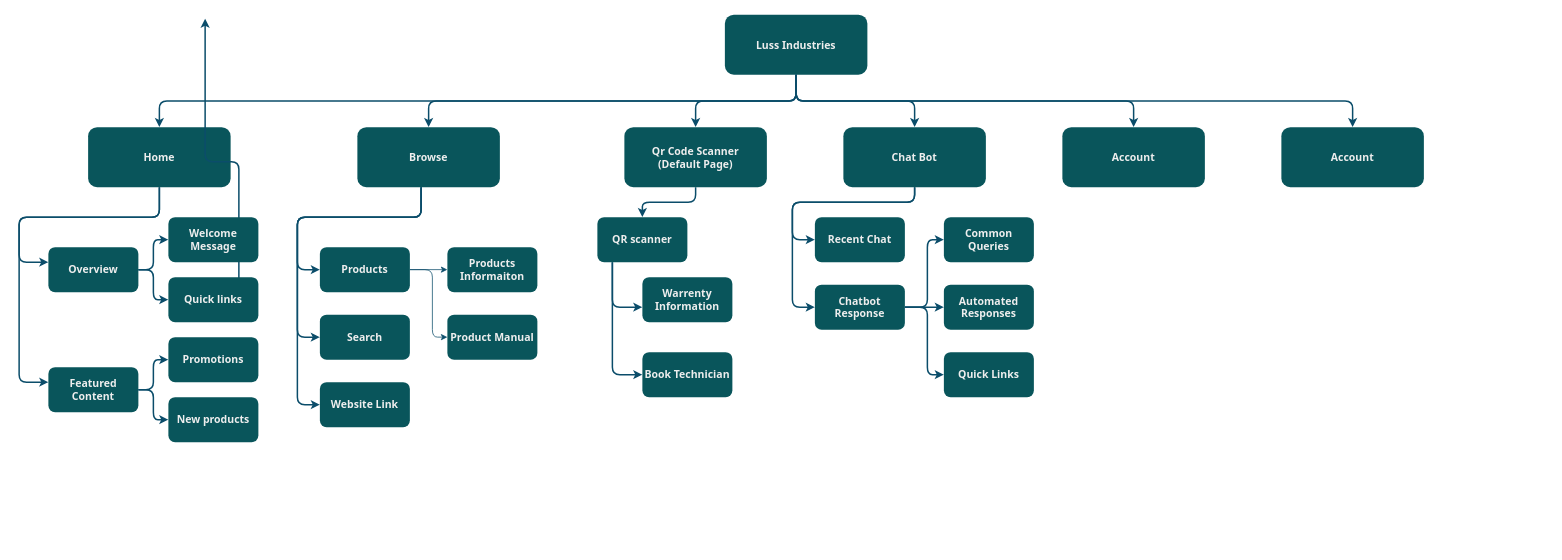
Above: Untitled Diagram.drawio in alishgosai/draw-io (draw.io), before the change. Source tidied: cells renumbered, new cells numbered last; positions are measured from the earlier drawing's top-left corner, leaving out a move shared by most shapes. Both pictures are drawn from the tidied source at 75%, with x=0, y=0 at pixel (19, 14).
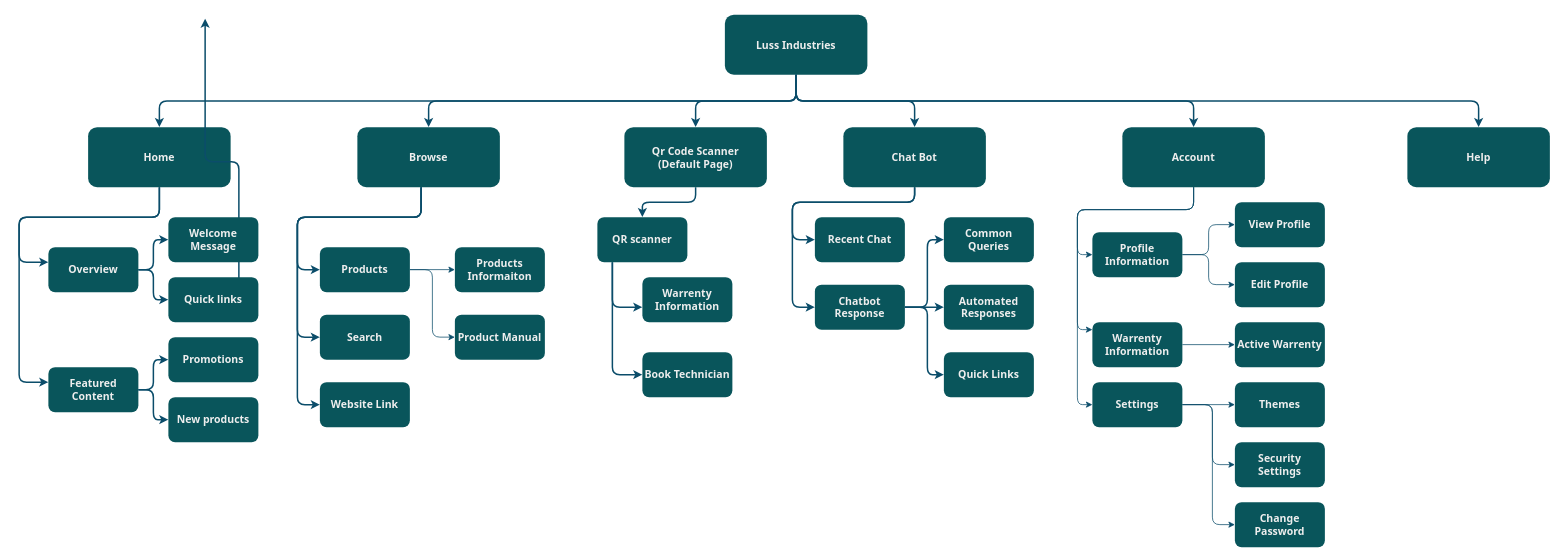
The same diagram, later.

Change to the diagram source:
```diff
@@
+    <mxCell id="54" style="edgeStyle=orthogonalEdgeStyle;rounded=1;jettySize=auto;html=1;strokeColor=#0B4D6A;" parent="1" edge="1" source="3" target="59">
+      <mxGeometry relative="1" as="geometry">
+        <Array as="points">
+          <mxPoint x="1566" y="260" />
+          <mxPoint x="1411" y="260" />
+          <mxPoint x="1411" y="320" />
+        </Array>
+      </mxGeometry>
+    </mxCell>
+    <mxCell id="55" style="edgeStyle=orthogonalEdgeStyle;rounded=1;jettySize=auto;html=1;strokeColor=#0B4D6A;" parent="1" edge="1" source="3" target="61">
+      <mxGeometry relative="1" as="geometry">
+        <Array as="points">
+          <mxPoint x="1566" y="260" />
+          <mxPoint x="1411" y="260" />
+          <mxPoint x="1411" y="420" />
+        </Array>
+      </mxGeometry>
+    </mxCell>
+    <mxCell id="56" style="edgeStyle=orthogonalEdgeStyle;rounded=1;jettySize=auto;html=1;strokeColor=#0B4D6A;" parent="1" edge="1" source="3" target="65">
+      <mxGeometry relative="1" as="geometry">
+        <Array as="points">
+          <mxPoint x="1566" y="260" />
+          <mxPoint x="1411" y="260" />
+          <mxPoint x="1411" y="520" />
+        </Array>
+      </mxGeometry>
+    </mxCell>
     <mxCell id="3" value="Account" style="rounded=1;fillColor=#09555B;strokeColor=none;fontColor=#EEEEEE;fontStyle=1;fontFamily=Tahoma;fontSize=14;direction=west;flipH=0;labelBackgroundColor=none;strokeWidth=2;" parent="1" vertex="1">
-      <mxGeometry x="1391" y="150" width="190" height="80" as="geometry" />
+      <mxGeometry x="1471" y="150" width="190" height="80" as="geometry" />
     </mxCell>
@@
-    <mxCell id="6" value="Qr Code Scanner&#10;(Default Page)" style="rounded=1;fillColor=#09555B;strokeColor=none;fontColor=#EEEEEE;fontStyle=1;fontFamily=Tahoma;fontSize=14;direction=west;flipH=1;flipV=1;labelBackgroundColor=none;strokeWidth=2;" parent="1" vertex="1">
+    <mxCell id="6" value="Qr Code Scanner&#10;(Default Page)" style="rounded=1;fillColor=#09555B;strokeColor=none;fontColor=#EEEEEE;fontStyle=1;fontFamily=Tahoma;fontSize=14;direction=west;flipH=1;flipV=1;labelBackgroundColor=none;strokeWidth=2;gradientColor=none;" parent="1" vertex="1">
       <mxGeometry x="807" y="150" width="190" height="80" as="geometry" />
     </mxCell>
@@
-    <mxCell id="10" value="Browse" style="rounded=1;fillColor=#09555B;strokeColor=none;fontColor=#EEEEEE;fontStyle=1;fontFamily=Tahoma;fontSize=14;direction=west;flipH=0;labelBackgroundColor=none;strokeWidth=2;" parent="1" vertex="1">
+    <mxCell id="10" value="Browse" style="rounded=1;fillColor=#09555B;strokeColor=none;fontColor=#EEEEEE;fontStyle=1;fontFamily=Tahoma;fontSize=14;direction=west;flipH=0;labelBackgroundColor=none;strokeWidth=2;gradientColor=none;" parent="1" vertex="1">
       <mxGeometry x="451" y="150" width="190" height="80" as="geometry" />
     </mxCell>
@@
-    <mxCell id="13" value="Home" style="rounded=1;fillColor=#09555B;strokeColor=none;fontColor=#EEEEEE;fontStyle=1;fontFamily=Tahoma;fontSize=14;direction=west;flipH=0;labelBackgroundColor=none;strokeWidth=2;" parent="1" vertex="1">
+    <mxCell id="13" value="Home" style="rounded=1;fillColor=#09555B;strokeColor=none;fontColor=#EEEEEE;fontStyle=1;fontFamily=Tahoma;fontSize=14;direction=west;flipH=0;labelBackgroundColor=none;strokeWidth=2;gradientColor=none;" parent="1" vertex="1">
       <mxGeometry x="92" y="150" width="190" height="80" as="geometry" />
     </mxCell>
@@
-    <mxCell id="22" value="Account" style="rounded=1;fillColor=#09555B;strokeColor=none;fontColor=#EEEEEE;fontStyle=1;fontFamily=Tahoma;fontSize=14;direction=west;flipH=0;labelBackgroundColor=none;strokeWidth=2;" parent="1" vertex="1">
-      <mxGeometry x="1683" y="150" width="190" height="80" as="geometry" />
+    <mxCell id="22" value="Help" style="rounded=1;fillColor=#09555B;strokeColor=none;fontColor=#EEEEEE;fontStyle=1;fontFamily=Tahoma;fontSize=14;direction=west;flipH=0;labelBackgroundColor=none;strokeWidth=2;" parent="1" vertex="1">
+      <mxGeometry x="1851" y="150" width="190" height="80" as="geometry" />
     </mxCell>
@@
     <mxCell id="52" value="Products Informaiton" style="whiteSpace=wrap;html=1;fontSize=14;fontFamily=Tahoma;fillColor=#09555B;strokeColor=none;fontColor=#EEEEEE;rounded=1;fontStyle=1;labelBackgroundColor=none;strokeWidth=2;" parent="1" vertex="1">
-      <mxGeometry x="571" y="310" width="120" height="60" as="geometry" />
+      <mxGeometry x="581" y="310" width="120" height="60" as="geometry" />
     </mxCell>
     <mxCell id="53" value="Product Manual" style="whiteSpace=wrap;html=1;fontSize=14;fontFamily=Tahoma;fillColor=#09555B;strokeColor=none;fontColor=#EEEEEE;rounded=1;fontStyle=1;labelBackgroundColor=none;strokeWidth=2;" parent="1" vertex="1">
-      <mxGeometry x="571" y="400" width="120" height="60" as="geometry" />
+      <mxGeometry x="581" y="400" width="120" height="60" as="geometry" />
     </mxCell>
+    <mxCell id="57" style="edgeStyle=orthogonalEdgeStyle;rounded=1;jettySize=auto;html=1;strokeColor=#0B4D6A;" parent="1" edge="1" source="59" target="66">
+      <mxGeometry relative="1" as="geometry" />
+    </mxCell>
+    <mxCell id="58" style="edgeStyle=orthogonalEdgeStyle;rounded=1;jettySize=auto;html=1;strokeColor=#0B4D6A;" parent="1" edge="1" source="59" target="67">
+      <mxGeometry relative="1" as="geometry" />
+    </mxCell>
+    <mxCell id="59" value="Profile Information" style="whiteSpace=wrap;html=1;fontSize=14;fontFamily=Tahoma;fillColor=#09555B;strokeColor=none;fontColor=#EEEEEE;rounded=1;fontStyle=1;labelBackgroundColor=none;strokeWidth=2;" parent="1" vertex="1">
+      <mxGeometry x="1431" y="290" width="120" height="60" as="geometry" />
+    </mxCell>
+    <mxCell id="60" style="edgeStyle=orthogonalEdgeStyle;rounded=1;jettySize=auto;html=1;strokeColor=#0B4D6A;" parent="1" edge="1" source="61" target="70">
+      <mxGeometry relative="1" as="geometry" />
+    </mxCell>
+    <mxCell id="61" value="Warrenty Information" style="whiteSpace=wrap;html=1;fontSize=14;fontFamily=Tahoma;fillColor=#09555B;strokeColor=none;fontColor=#EEEEEE;rounded=1;fontStyle=1;labelBackgroundColor=none;strokeWidth=2;" parent="1" vertex="1">
+      <mxGeometry x="1431" y="410" width="120" height="60" as="geometry" />
+    </mxCell>
+    <mxCell id="62" style="edgeStyle=orthogonalEdgeStyle;rounded=1;jettySize=auto;html=1;strokeColor=#0B4D6A;" parent="1" edge="1" source="65" target="68">
+      <mxGeometry relative="1" as="geometry" />
+    </mxCell>
+    <mxCell id="63" style="edgeStyle=orthogonalEdgeStyle;rounded=1;jettySize=auto;html=1;strokeColor=#0B4D6A;" parent="1" edge="1" source="65" target="69">
+      <mxGeometry relative="1" as="geometry">
+        <Array as="points">
+          <mxPoint x="1591" y="520" />
+          <mxPoint x="1591" y="600" />
+        </Array>
+      </mxGeometry>
+    </mxCell>
+    <mxCell id="64" style="edgeStyle=orthogonalEdgeStyle;rounded=1;jettySize=auto;html=1;strokeColor=#0B4D6A;" parent="1" edge="1" source="65" target="71">
+      <mxGeometry relative="1" as="geometry">
+        <Array as="points">
+          <mxPoint x="1591" y="520" />
+          <mxPoint x="1591" y="680" />
+        </Array>
+      </mxGeometry>
+    </mxCell>
+    <mxCell id="65" value="Settings" style="whiteSpace=wrap;html=1;fontSize=14;fontFamily=Tahoma;fillColor=#09555B;strokeColor=none;fontColor=#EEEEEE;rounded=1;fontStyle=1;labelBackgroundColor=none;strokeWidth=2;" parent="1" vertex="1">
+      <mxGeometry x="1431" y="490" width="120" height="60" as="geometry" />
+    </mxCell>
+    <mxCell id="66" value="View Profile" style="whiteSpace=wrap;html=1;fontSize=14;fontFamily=Tahoma;fillColor=#09555B;strokeColor=none;fontColor=#EEEEEE;rounded=1;fontStyle=1;labelBackgroundColor=none;strokeWidth=2;" parent="1" vertex="1">
+      <mxGeometry x="1621" y="250" width="120" height="60" as="geometry" />
+    </mxCell>
+    <mxCell id="67" value="Edit Profile" style="whiteSpace=wrap;html=1;fontSize=14;fontFamily=Tahoma;fillColor=#09555B;strokeColor=none;fontColor=#EEEEEE;rounded=1;fontStyle=1;labelBackgroundColor=none;strokeWidth=2;" parent="1" vertex="1">
+      <mxGeometry x="1621" y="330" width="120" height="60" as="geometry" />
+    </mxCell>
+    <mxCell id="68" value="Themes" style="whiteSpace=wrap;html=1;fontSize=14;fontFamily=Tahoma;fillColor=#09555B;strokeColor=none;fontColor=#EEEEEE;rounded=1;fontStyle=1;labelBackgroundColor=none;strokeWidth=2;" parent="1" vertex="1">
+      <mxGeometry x="1621" y="490" width="120" height="60" as="geometry" />
+    </mxCell>
+    <mxCell id="69" value="Security Settings" style="whiteSpace=wrap;html=1;fontSize=14;fontFamily=Tahoma;fillColor=#09555B;strokeColor=none;fontColor=#EEEEEE;rounded=1;fontStyle=1;labelBackgroundColor=none;strokeWidth=2;" parent="1" vertex="1">
+      <mxGeometry x="1621" y="570" width="120" height="60" as="geometry" />
+    </mxCell>
+    <mxCell id="70" value="Active Warrenty" style="whiteSpace=wrap;html=1;fontSize=14;fontFamily=Tahoma;fillColor=#09555B;strokeColor=none;fontColor=#EEEEEE;rounded=1;fontStyle=1;labelBackgroundColor=none;strokeWidth=2;" parent="1" vertex="1">
+      <mxGeometry x="1621" y="410" width="120" height="60" as="geometry" />
+    </mxCell>
+    <mxCell id="71" value="Change Password" style="whiteSpace=wrap;html=1;fontSize=14;fontFamily=Tahoma;fillColor=#09555B;strokeColor=none;fontColor=#EEEEEE;rounded=1;fontStyle=1;labelBackgroundColor=none;strokeWidth=2;" parent="1" vertex="1">
+      <mxGeometry x="1621" y="650" width="120" height="60" as="geometry" />
+    </mxCell>
```
